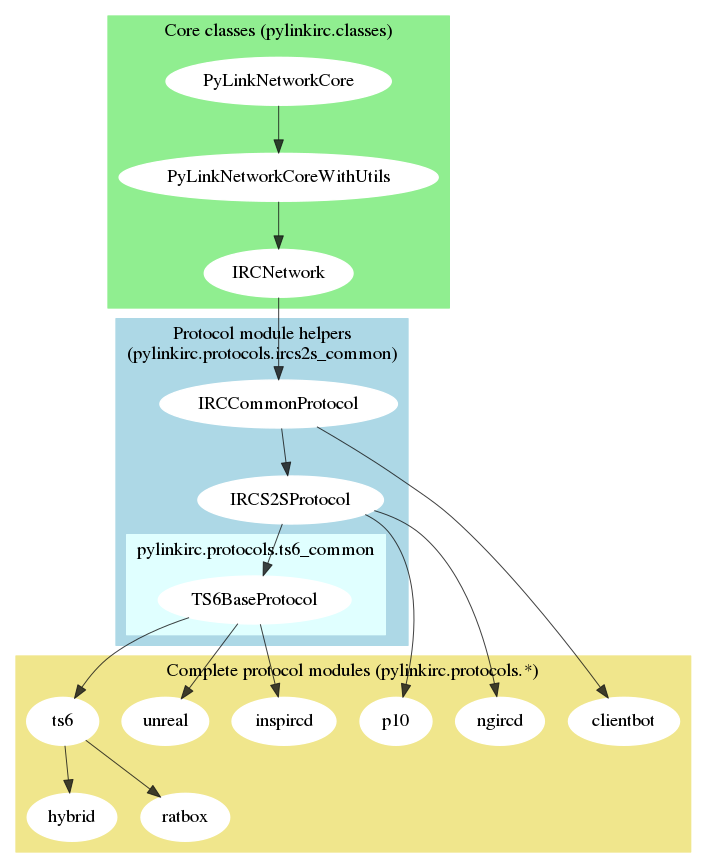
PyLink/PyLink keeps this Graphviz diagram as docs/technical/protocol-modules.png. Above is the earlier version. Its source is kept beside it as docs/technical/protocol-modules.dot.
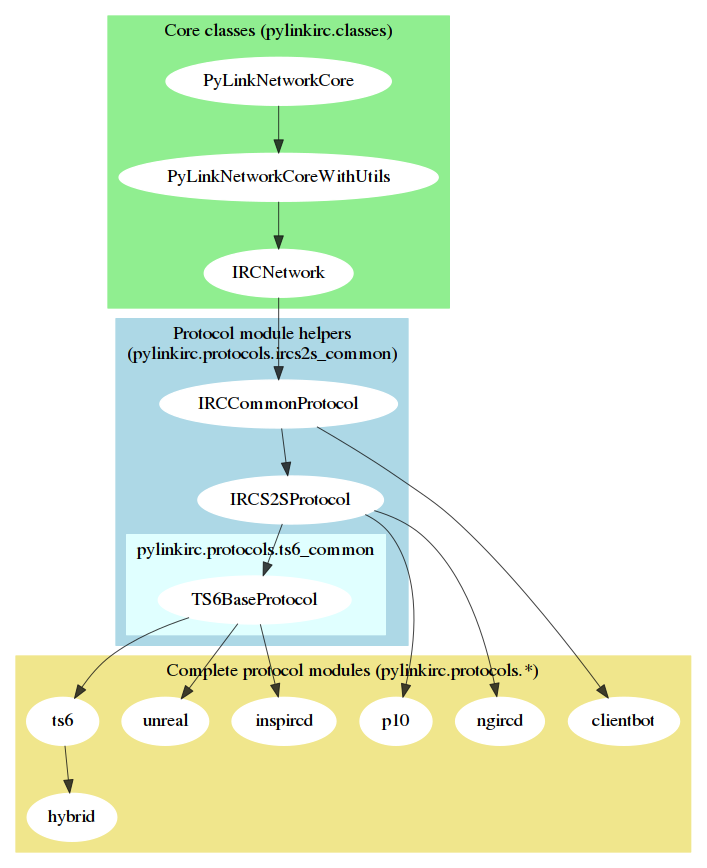
Above is the later version.

Commit message:
Remove protocols/ratbox, superseded by ts6

Change to the diagram source:
```diff
@@ -40,7 +40,6 @@
 		"IRCS2SProtocol" -> "p10";
 		"IRCS2SProtocol" -> "ngircd";
 		"TS6BaseProtocol" -> "ts6" -> "hybrid";
-		"ts6" -> "ratbox";
 		"TS6BaseProtocol" -> "inspircd";
 		"TS6BaseProtocol" -> "unreal";
 		"IRCCommonProtocol" -> "clientbot";
```
